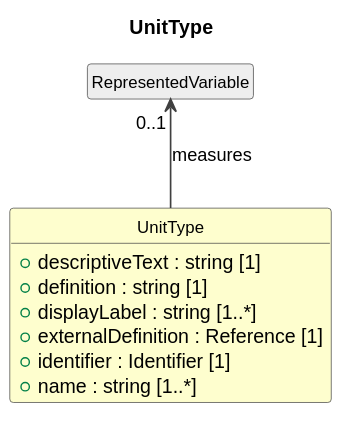
Before: cdif-uml-model/_plantuml/cdifDataStructure/Classes/UnitType.svg, a diagram exported from PlantUML (Cross-Domain-Interoperability-Framework/metadataBuildingBlocks). Source of this version:
```plantuml
@startuml
title UnitType
hide circle
hide empty members
skinparam shadowing false
skinparam ArrowThickness 1.2
skinparam class {
  ArrowColor #404040
  BorderColor #404040
  FontSize 12
}

class "UnitType" as UnitType #FEFECE {
  +descriptiveText : string [1]
  +definition : string [1]
  +displayLabel : string [1..*]
  +externalDefinition : Reference [1]
  +identifier : Identifier [1]
  +name : string [1..*]
}
class "RepresentedVariable" as RepresentedVariable #EEEEEE
RepresentedVariable "0..1" <-- UnitType : measures
@enduml
```
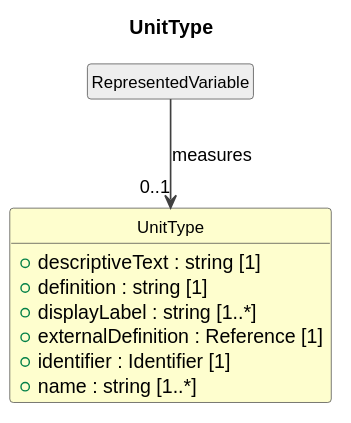
The same file after the commit.

What changed in the source:
```diff
@@ -19,5 +19,5 @@
   +name : string [1..*]
 }
 class "RepresentedVariable" as RepresentedVariable #EEEEEE
-RepresentedVariable "0..1" <-- UnitType : measures
+RepresentedVariable --> "0..1" UnitType : measures
 @enduml
```
